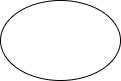
albertboronovskij/importnt keeps this draw.io diagram as seminars&homework/homework_1/ex8/ex8.drawio.png. Above is the earlier version. Source tidied: cells renumbered, new cells last; positions are measured from the earlier drawing's top-left corner, leaving out a move shared by most shapes.
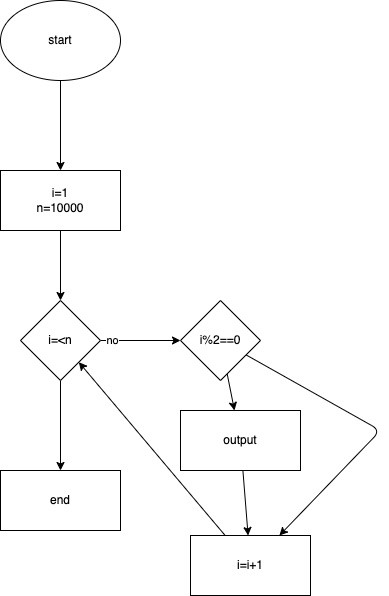
After the change.

The edit, as a diff of the source:
```diff
@@ -2,8 +2,57 @@
   <root>
     <mxCell id="0" />
     <mxCell id="1" parent="0" />
+    <mxCell id="3" style="edgeStyle=none;html=1;" parent="1" edge="1" source="2" target="5">
+      <mxGeometry relative="1" as="geometry" />
+    </mxCell>
-    <mxCell id="2" style="ellipse;whiteSpace=wrap;html=1;" parent="1" vertex="1">
+    <mxCell id="2" value="start" style="ellipse;whiteSpace=wrap;html=1;" parent="1" vertex="1">
       <mxGeometry width="120" height="80" as="geometry" />
     </mxCell>
+    <mxCell id="4" style="edgeStyle=none;html=1;" parent="1" edge="1" source="5" target="9">
+      <mxGeometry relative="1" as="geometry" />
+    </mxCell>
+    <mxCell id="5" value="i=1&lt;br&gt;n=10000" style="whiteSpace=wrap;html=1;" parent="1" vertex="1">
+      <mxGeometry y="170" width="120" height="60" as="geometry" />
+    </mxCell>
+    <mxCell id="6" style="edgeStyle=none;html=1;" parent="1" edge="1" source="9" target="12">
+      <mxGeometry relative="1" as="geometry" />
+    </mxCell>
+    <mxCell id="7" value="no" style="edgeLabel;html=1;align=center;verticalAlign=middle;" parent="6" vertex="1">
+      <mxGeometry x="-0.72" y="1" relative="1" as="geometry" />
+    </mxCell>
+    <mxCell id="8" style="edgeStyle=none;html=1;" parent="1" edge="1" source="9" target="17">
+      <mxGeometry relative="1" as="geometry" />
+    </mxCell>
+    <mxCell id="9" value="i=&amp;lt;n" style="rhombus;whiteSpace=wrap;html=1;" parent="1" vertex="1">
+      <mxGeometry x="20" y="300" width="80" height="80" as="geometry" />
+    </mxCell>
+    <mxCell id="10" style="edgeStyle=none;html=1;" parent="1" edge="1" source="12" target="16">
+      <mxGeometry relative="1" as="geometry" />
+    </mxCell>
+    <mxCell id="11" style="edgeStyle=none;html=1;" parent="1" edge="1" source="12" target="14">
+      <mxGeometry relative="1" as="geometry">
+        <Array as="points">
+          <mxPoint x="380" y="430" />
+        </Array>
+      </mxGeometry>
+    </mxCell>
+    <mxCell id="12" value="i%2==0" style="rhombus;whiteSpace=wrap;html=1;" parent="1" vertex="1">
+      <mxGeometry x="180" y="300" width="80" height="80" as="geometry" />
+    </mxCell>
+    <mxCell id="13" style="edgeStyle=none;html=1;" parent="1" edge="1" source="14" target="9">
+      <mxGeometry relative="1" as="geometry" />
+    </mxCell>
+    <mxCell id="14" value="i=i+1" style="rounded=0;whiteSpace=wrap;html=1;" parent="1" vertex="1">
+      <mxGeometry x="190" y="535" width="120" height="60" as="geometry" />
+    </mxCell>
+    <mxCell id="15" style="edgeStyle=none;html=1;" parent="1" edge="1" source="16" target="14">
+      <mxGeometry relative="1" as="geometry" />
+    </mxCell>
+    <mxCell id="16" value="output" style="rounded=0;whiteSpace=wrap;html=1;" parent="1" vertex="1">
+      <mxGeometry x="180" y="410" width="120" height="60" as="geometry" />
+    </mxCell>
+    <mxCell id="17" value="end" style="whiteSpace=wrap;html=1;" parent="1" vertex="1">
+      <mxGeometry y="470" width="120" height="60" as="geometry" />
+    </mxCell>
   </root>
 </mxGraphModel>
```
